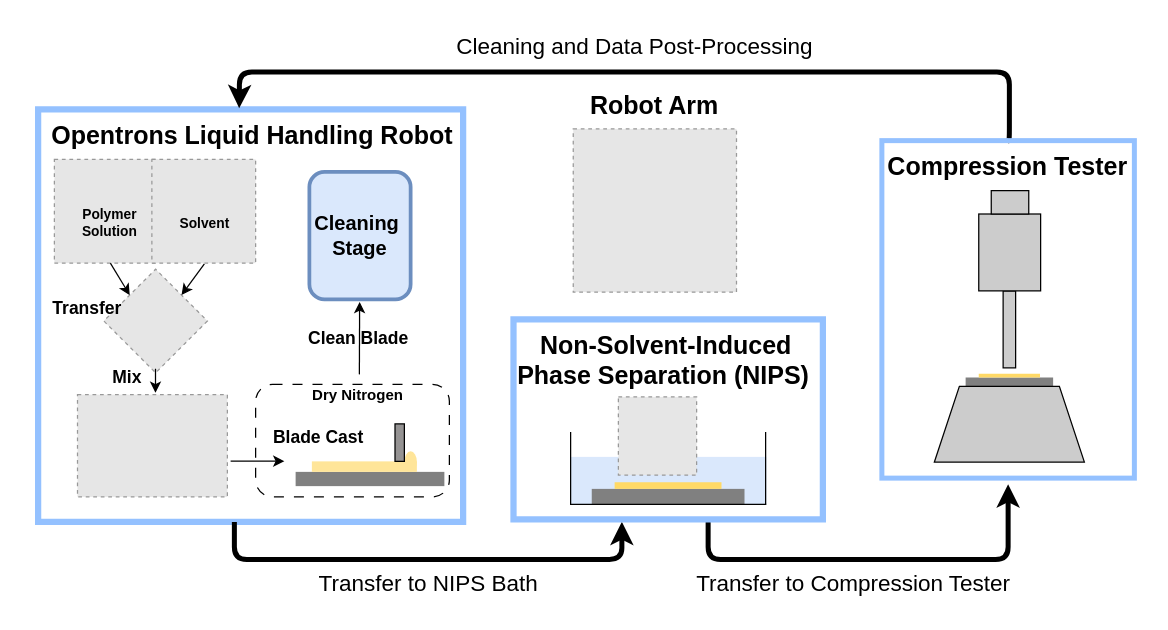
The draw.io diagram HTE_workflow_for_paper_simple.drawio in Toniaac/hte-data-processing, before the edit. Source tidied: cells renumbered, new cells numbered last; positions are measured from the earlier drawing's top-left corner, leaving out a move shared by most shapes. Both pictures are drawn from the tidied source at 125%, with x=0, y=0 at pixel (21, 21). Pictures stored in the file or linked from it are replaced by grey dashed boxes.
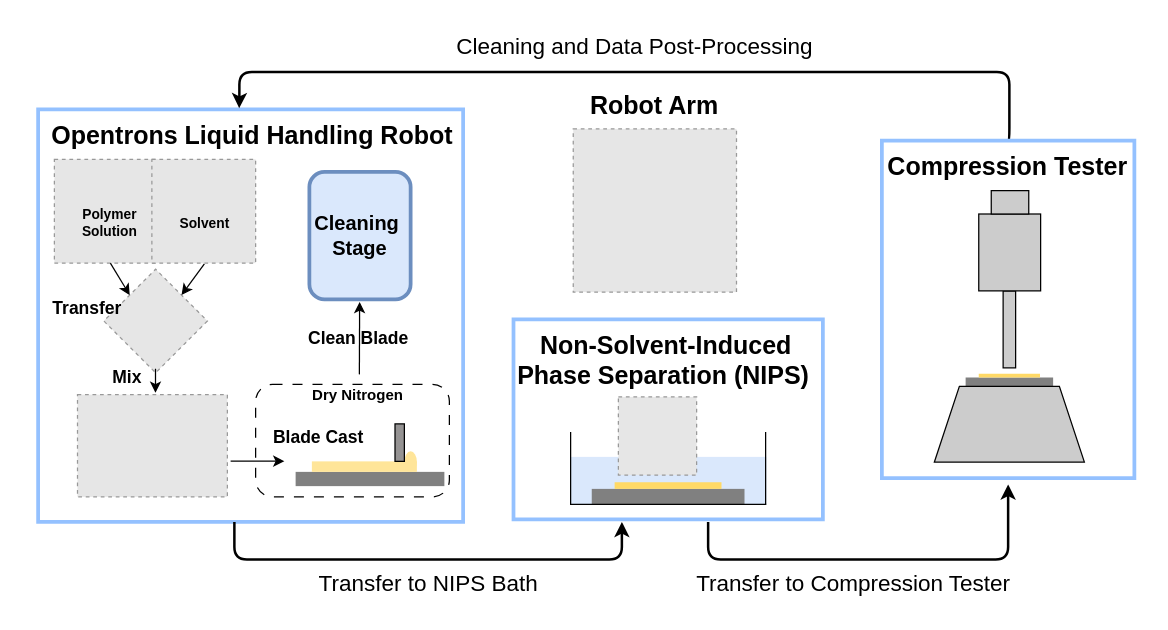
The same diagram, later.

Unchanged cells that the change refers to:
```xml
<mxCell id="2" style="group;" parent="1" vertex="1">
  <mxGeometry x="9" y="70" width="345" height="330" as="geometry" />
</mxCell>
<mxCell id="33" style="group;" parent="1" vertex="1">
  <mxGeometry x="670" y="95" width="230" height="280" as="geometry" />
</mxCell>
<mxCell id="42" value="&lt;font style=&quot;&quot;&gt;&lt;font style=&quot;font-size: 20px;&quot;&gt;&amp;nbsp; &amp;nbsp; Compression Tester&amp;nbsp;&lt;/font&gt;&lt;/font&gt;" style="text;html=1;align=center;verticalAlign=middle;points=[];strokeColor=none;fillColor=none;fontSize=12;fontStyle=1;" parent="33" vertex="1">
  <mxGeometry x="-5" width="230" height="40" as="geometry" />
</mxCell>
<mxCell id="46" style="group;" parent="1" vertex="1">
  <mxGeometry x="390" y="238" width="250.8" height="162" as="geometry" />
</mxCell>
```

What changed in the source:
```diff
@@
-    <mxCell id="3" style="rounded=0;whiteSpace=wrap;html=1;fontSize=12;fillColor=none;strokeColor=#94c1ff;gradientColor=none;strokeWidth=5;" parent="2" vertex="1">
+    <mxCell id="3" style="rounded=0;whiteSpace=wrap;html=1;fontSize=12;fillColor=none;strokeColor=#94c1ff;gradientColor=none;strokeWidth=3;" parent="2" vertex="1">
       <mxGeometry x="4" width="340" height="330" as="geometry" />
     </mxCell>
@@
-    <mxCell id="30" style="edgeStyle=orthogonalEdgeStyle;rounded=1;orthogonalLoop=1;jettySize=auto;html=1;fontSize=14;strokeColor=#000000;strokeWidth=4;curved=0;" parent="1" edge="1">
+    <mxCell id="30" style="edgeStyle=orthogonalEdgeStyle;rounded=1;orthogonalLoop=1;jettySize=auto;html=1;fontSize=14;strokeColor=#000000;strokeWidth=2;curved=0;" parent="1" edge="1">
       <mxGeometry relative="1" as="geometry">
         <mxPoint x="170" y="400" as="sourcePoint" />
         <mxPoint x="480" y="400" as="targetPoint" />
         <Array as="points">
           <mxPoint x="170" y="430" />
           <mxPoint x="480" y="430" />
         </Array>
       </mxGeometry>
     </mxCell>
-    <mxCell id="31" style="edgeStyle=orthogonalEdgeStyle;rounded=1;jettySize=auto;html=1;fontSize=14;strokeColor=#000000;strokeWidth=4;curved=0;exitX=0.539;exitY=0;exitDx=0;exitDy=0;exitPerimeter=0;entryX=0.473;entryY=-0.003;entryDx=0;entryDy=0;entryPerimeter=0;" parent="1" edge="1" source="42" target="3">
+    <mxCell id="31" style="edgeStyle=orthogonalEdgeStyle;rounded=1;jettySize=auto;html=1;fontSize=14;strokeColor=#000000;strokeWidth=2;curved=0;exitX=0.539;exitY=0;exitDx=0;exitDy=0;exitPerimeter=0;entryX=0.473;entryY=-0.003;entryDx=0;entryDy=0;entryPerimeter=0;" parent="1" edge="1" source="42" target="3">
       <mxGeometry relative="1" as="geometry">
         <Array as="points">
           <mxPoint x="790" y="95" />
           <mxPoint x="790" y="40" />
           <mxPoint x="174" y="40" />
           <mxPoint x="174" y="60" />
         </Array>
       </mxGeometry>
     </mxCell>
-    <mxCell id="32" style="edgeStyle=orthogonalEdgeStyle;rounded=1;orthogonalLoop=1;jettySize=auto;html=1;fontSize=14;strokeColor=#000000;strokeWidth=4;curved=0;" parent="1" edge="1">
+    <mxCell id="32" style="edgeStyle=orthogonalEdgeStyle;rounded=1;orthogonalLoop=1;jettySize=auto;html=1;fontSize=14;strokeColor=#000000;strokeWidth=2;curved=0;" parent="1" edge="1">
       <mxGeometry relative="1" as="geometry">
         <mxPoint x="549" y="400" as="sourcePoint" />
         <mxPoint x="789" y="370" as="targetPoint" />
         <Array as="points">
           <mxPoint x="549" y="430" />
           <mxPoint x="789" y="430" />
         </Array>
       </mxGeometry>
     </mxCell>
@@
-    <mxCell id="34" style="group;strokeColor=#94c1ff;strokeWidth=4;" parent="33" vertex="1">
+    <mxCell id="34" style="group;strokeColor=#94c1ff;strokeWidth=3;" parent="33" vertex="1">
       <mxGeometry x="18" width="202" height="270" as="geometry" />
     </mxCell>
@@
-    <mxCell id="47" style="group;strokeWidth=5;strokeColor=#94c1ff;" parent="46" vertex="1">
+    <mxCell id="47" style="group;strokeWidth=3;strokeColor=#94c1ff;" parent="46" vertex="1">
       <mxGeometry x="3.3" width="247.5" height="160" as="geometry" />
     </mxCell>
```
